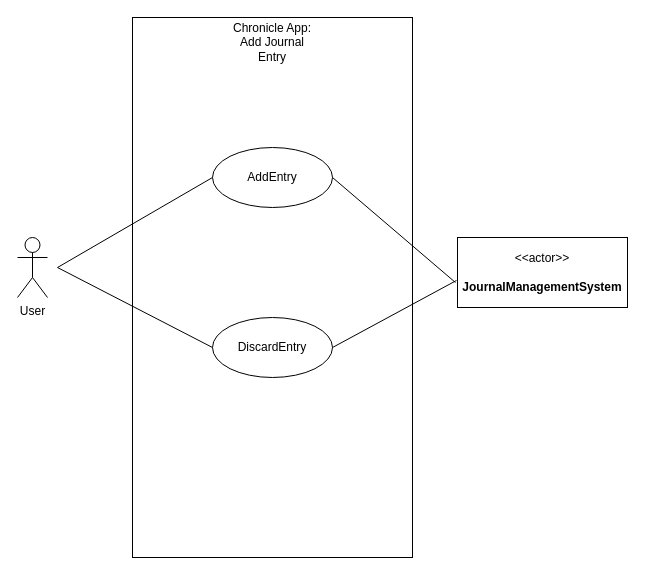
Above: page "AddJournalEntry" (7 of 17) of Week-7-Team-04-Use Case Diagrams (2).drawio in Vaibhav-G-Parmar/Chronicle-Your-Ultimate-Travel-Companion (draw.io), before the change. Source tidied: cells renumbered, new cells numbered last; positions are measured from the earlier drawing's top-left corner, leaving out a move shared by most shapes. Both pictures are drawn from the tidied source at 100%, with x=0, y=0 at pixel (17, 17).
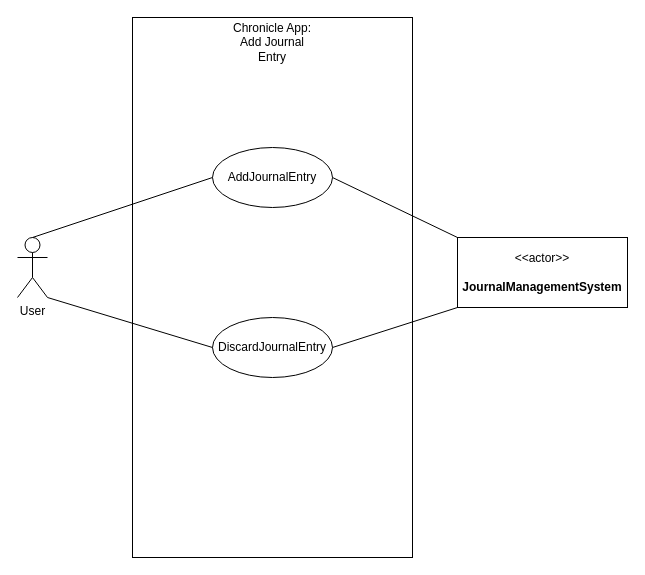
The same diagram, later.

What changed in the source:
```diff
@@
 <mxGraphModel>
   <root>
     <mxCell id="0" />
     <mxCell id="1" parent="0" />
     <mxCell id="2" value="&lt;h2&gt;&lt;br&gt;&lt;/h2&gt;" style="rounded=0;whiteSpace=wrap;html=1;align=center;" parent="1" vertex="1">
       <mxGeometry x="115" width="280" height="540" as="geometry" />
     </mxCell>
     <mxCell id="3" value="User&lt;br&gt;" style="shape=umlActor;verticalLabelPosition=bottom;verticalAlign=top;html=1;outlineConnect=0;" parent="1" vertex="1">
       <mxGeometry y="220" width="30" height="60" as="geometry" />
     </mxCell>
     <mxCell id="4" value="&amp;lt;&amp;lt;actor&amp;gt;&amp;gt;&lt;br&gt;&lt;br&gt;&lt;b style=&quot;border-color: var(--border-color);&quot;&gt;JournalManagementSystem&lt;/b&gt;&lt;b&gt;&lt;br&gt;&lt;/b&gt;" style="html=1;align=center;verticalAlign=middle;dashed=0;whiteSpace=wrap;" parent="1" vertex="1">
       <mxGeometry x="440" y="220" width="170" height="70" as="geometry" />
     </mxCell>
     <mxCell id="5" value="Chronicle App: Add Journal Entry" style="text;html=1;strokeColor=none;fillColor=none;align=center;verticalAlign=middle;whiteSpace=wrap;rounded=0;" parent="1" vertex="1">
       <mxGeometry x="210" y="10" width="90" height="30" as="geometry" />
     </mxCell>
-    <mxCell id="6" value="AddEntry" style="ellipse;whiteSpace=wrap;html=1;" parent="1" vertex="1">
+    <mxCell id="6" value="AddJournalEntry" style="ellipse;whiteSpace=wrap;html=1;" parent="1" vertex="1">
       <mxGeometry x="195" y="130" width="120" height="60" as="geometry" />
     </mxCell>
-    <mxCell id="7" style="endArrow=none;html=1;rounded=0;entryX=0;entryY=0.5;entryDx=0;entryDy=0;" parent="1" edge="1" target="6">
-      <mxGeometry relative="1" as="geometry">
-        <mxPoint x="40" y="250" as="sourcePoint" />
-      </mxGeometry>
+    <mxCell id="7" style="endArrow=none;html=1;rounded=0;entryX=0;entryY=0.5;entryDx=0;entryDy=0;exitX=0.5;exitY=0;exitDx=0;exitDy=0;exitPerimeter=0;" parent="1" edge="1" source="3" target="6">
+      <mxGeometry relative="1" as="geometry" />
     </mxCell>
-    <mxCell id="8" value="DiscardEntry" style="ellipse;whiteSpace=wrap;html=1;" parent="1" vertex="1">
+    <mxCell id="8" value="DiscardJournalEntry" style="ellipse;whiteSpace=wrap;html=1;" parent="1" vertex="1">
       <mxGeometry x="195" y="300" width="120" height="60" as="geometry" />
     </mxCell>
-    <mxCell id="9" style="endArrow=none;html=1;rounded=0;entryX=0;entryY=0.5;entryDx=0;entryDy=0;" parent="1" edge="1" target="8">
-      <mxGeometry relative="1" as="geometry">
-        <mxPoint x="40" y="250" as="sourcePoint" />
-      </mxGeometry>
+    <mxCell id="9" style="endArrow=none;html=1;rounded=0;entryX=0;entryY=0.5;entryDx=0;entryDy=0;exitX=1;exitY=1;exitDx=0;exitDy=0;exitPerimeter=0;" parent="1" edge="1" source="3" target="8">
+      <mxGeometry relative="1" as="geometry" />
     </mxCell>
-    <mxCell id="10" style="endArrow=none;html=1;rounded=0;exitX=1;exitY=0.5;exitDx=0;exitDy=0;entryX=-0.012;entryY=0.643;entryDx=0;entryDy=0;entryPerimeter=0;" parent="1" edge="1" source="6" target="4">
+    <mxCell id="10" style="endArrow=none;html=1;rounded=0;exitX=1;exitY=0.5;exitDx=0;exitDy=0;entryX=0;entryY=0;entryDx=0;entryDy=0;" parent="1" edge="1" source="6" target="4">
       <mxGeometry relative="1" as="geometry" />
     </mxCell>
-    <mxCell id="11" style="endArrow=none;html=1;rounded=0;exitX=1;exitY=0.5;exitDx=0;exitDy=0;entryX=-0.006;entryY=0.614;entryDx=0;entryDy=0;entryPerimeter=0;" parent="1" edge="1" source="8" target="4">
+    <mxCell id="11" style="endArrow=none;html=1;rounded=0;exitX=1;exitY=0.5;exitDx=0;exitDy=0;entryX=0;entryY=1;entryDx=0;entryDy=0;" parent="1" edge="1" source="8" target="4">
       <mxGeometry relative="1" as="geometry" />
     </mxCell>
   </root>
 </mxGraphModel>
```
